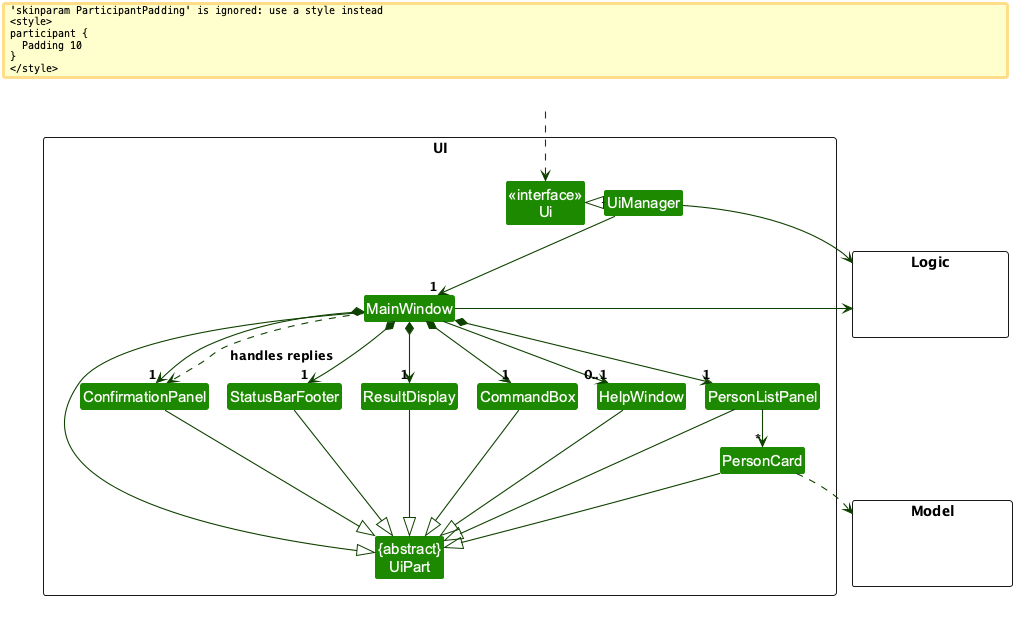
The PlantUML diagram docs/images/UiClassDiagram.png in AY2627S1-CS2103-F13-2/tp, before a commit. Source of this version:
```plantuml
@startuml
!include style.puml

skinparam arrowThickness 1.1
skinparam arrowColor UI_COLOR_T4
skinparam classBackgroundColor UI_COLOR

package UI <<Rectangle>> {
    Class "<<interface>>\nUi" as Ui
    Class "{abstract}\nUiPart" as UiPart
    Class UiManager
    Class MainWindow
    Class HelpWindow
    Class ResultDisplay
    Class PersonListPanel
    Class PersonCard
    Class StatusBarFooter
    Class CommandBox
    Class ConfirmationPanel
}

package Model <<Rectangle>> {
    Class HiddenModel #FFFFFF
}

package Logic <<Rectangle>> {
    Class HiddenLogic #FFFFFF
}

Class HiddenOutside #FFFFFF

HiddenOutside ..> Ui

UiManager .left.|> Ui
UiManager -down-> "1" MainWindow

MainWindow *-down-> "1" CommandBox
MainWindow *-down-> "1" ResultDisplay
MainWindow *-down-> "1" PersonListPanel
MainWindow *-down-> "1" StatusBarFooter
MainWindow *-down-> "1" ConfirmationPanel
MainWindow --> "0..1" HelpWindow

PersonListPanel -down-> "*" PersonCard

MainWindow -left-|> UiPart

ResultDisplay --|> UiPart
CommandBox --|> UiPart
PersonListPanel --|> UiPart
PersonCard --|> UiPart
StatusBarFooter --|> UiPart
ConfirmationPanel --|> UiPart
HelpWindow --|> UiPart

PersonCard ..> Model
UiManager -right-> Logic
MainWindow -left-> Logic
MainWindow ..> ConfirmationPanel : handles replies

PersonListPanel -[hidden]left- HelpWindow
HelpWindow -[hidden]left- CommandBox
CommandBox -[hidden]left- ResultDisplay
ResultDisplay -[hidden]left- StatusBarFooter
StatusBarFooter -[hidden]left- ConfirmationPanel

MainWindow -[hidden]-|> UiPart

@enduml
```
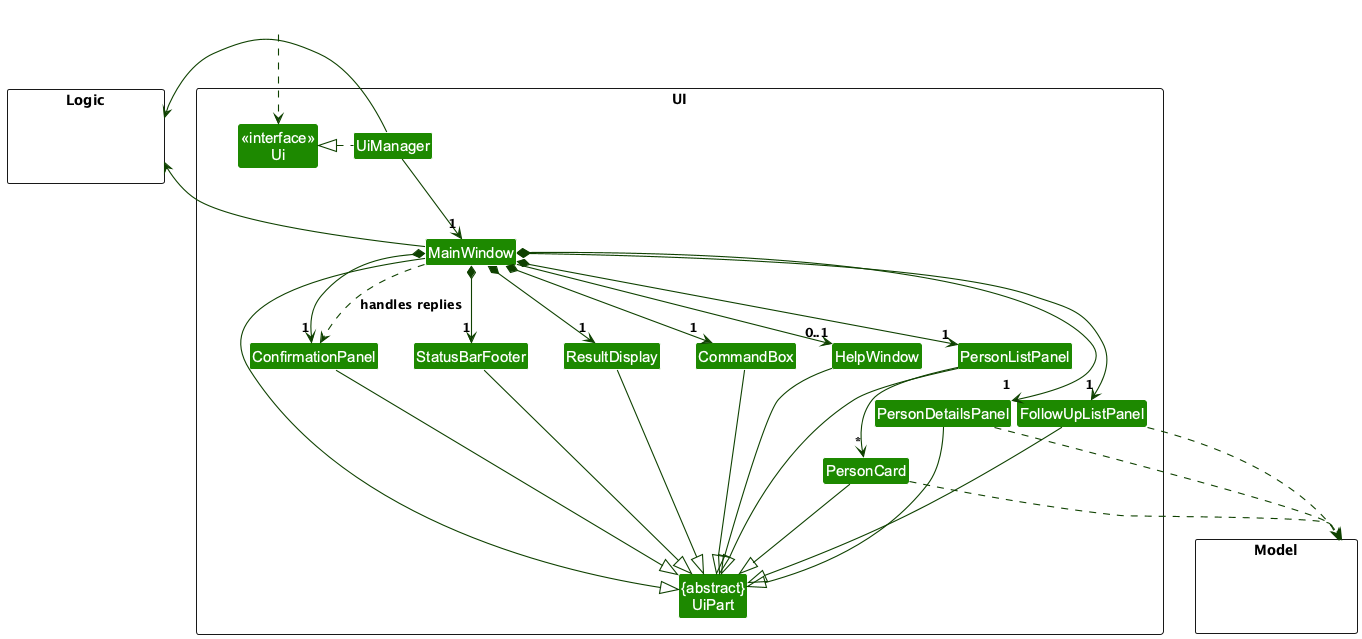
The same file after the commit.

The edit, as a diff of the source:
```diff
@@ -14,6 +14,8 @@
     Class ResultDisplay
     Class PersonListPanel
     Class PersonCard
+    Class PersonDetailsPanel
+    Class FollowUpListPanel
     Class StatusBarFooter
     Class CommandBox
     Class ConfirmationPanel
@@ -37,6 +39,8 @@
 MainWindow *-down-> "1" CommandBox
 MainWindow *-down-> "1" ResultDisplay
 MainWindow *-down-> "1" PersonListPanel
+MainWindow *-down-> "1" PersonDetailsPanel
+MainWindow *-down-> "1" FollowUpListPanel
 MainWindow *-down-> "1" StatusBarFooter
 MainWindow *-down-> "1" ConfirmationPanel
 MainWindow --> "0..1" HelpWindow
@@ -49,11 +53,15 @@
 CommandBox --|> UiPart
 PersonListPanel --|> UiPart
 PersonCard --|> UiPart
+PersonDetailsPanel --|> UiPart
+FollowUpListPanel --|> UiPart
 StatusBarFooter --|> UiPart
 ConfirmationPanel --|> UiPart
 HelpWindow --|> UiPart
 
 PersonCard ..> Model
+PersonDetailsPanel ..> Model
+FollowUpListPanel ..> Model
 UiManager -right-> Logic
 MainWindow -left-> Logic
 MainWindow ..> ConfirmationPanel : handles replies
```
